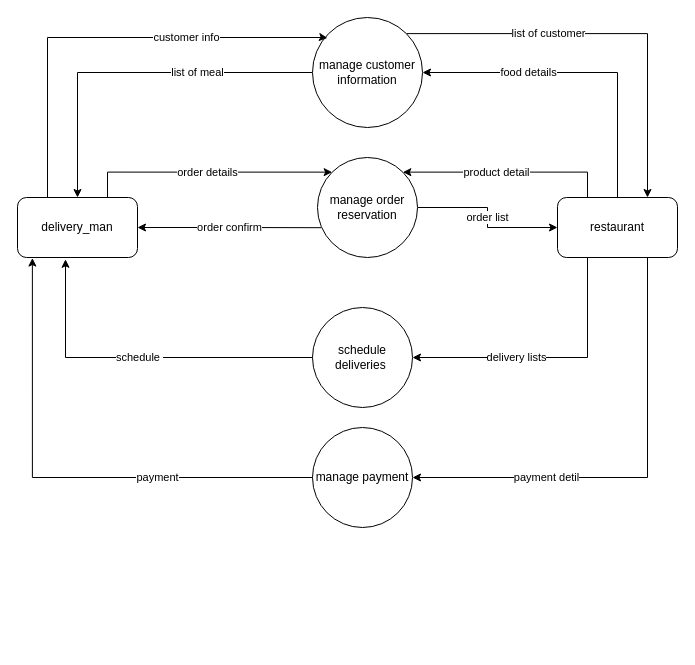
Earlier version of the draw.io diagram page "Delivery" (3 of 7) of health.drawio (YeMyat144/DFD_ER). Source tidied: cells renumbered, new cells numbered last; positions are measured from the earlier drawing's top-left corner, leaving out a move shared by most shapes. Both pictures are drawn from the tidied source at 100%, with x=0, y=0 at pixel (17, 17).
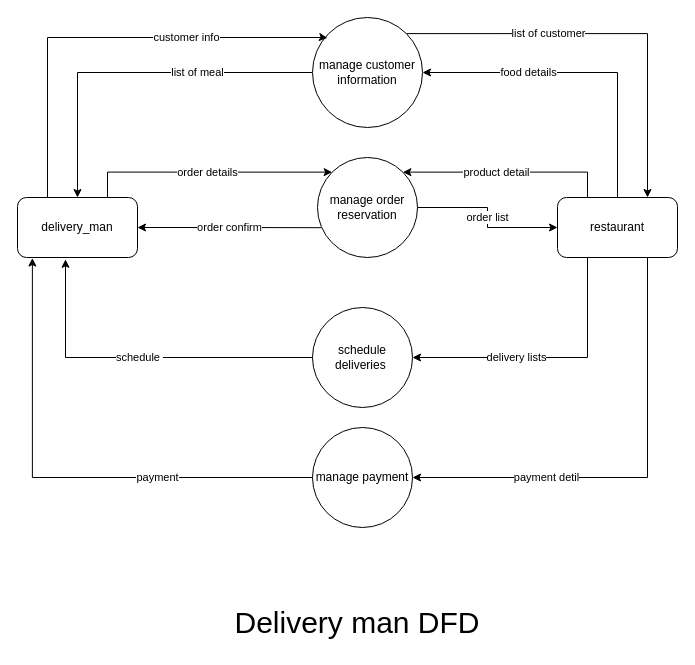
The same page after the edit.

Change to the diagram source:
```diff
@@
+    <mxCell id="20" value="Delivery man DFD" style="text;html=1;align=center;verticalAlign=middle;whiteSpace=wrap;rounded=0;fontSize=30;" parent="1" vertex="1">
+      <mxGeometry x="180" y="580" width="320" height="50" as="geometry" />
+    </mxCell>
```
